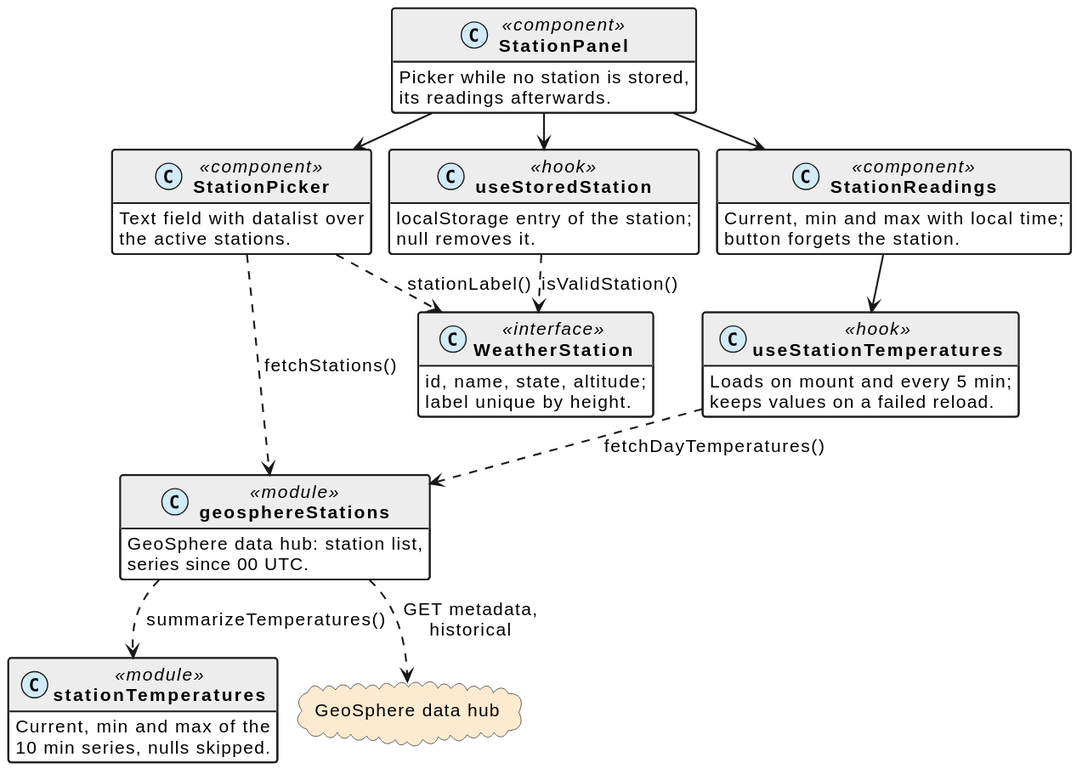
schletz/wetterkartenviewer keeps this PlantUML diagram as docs/station.svg. Above is the earlier version.
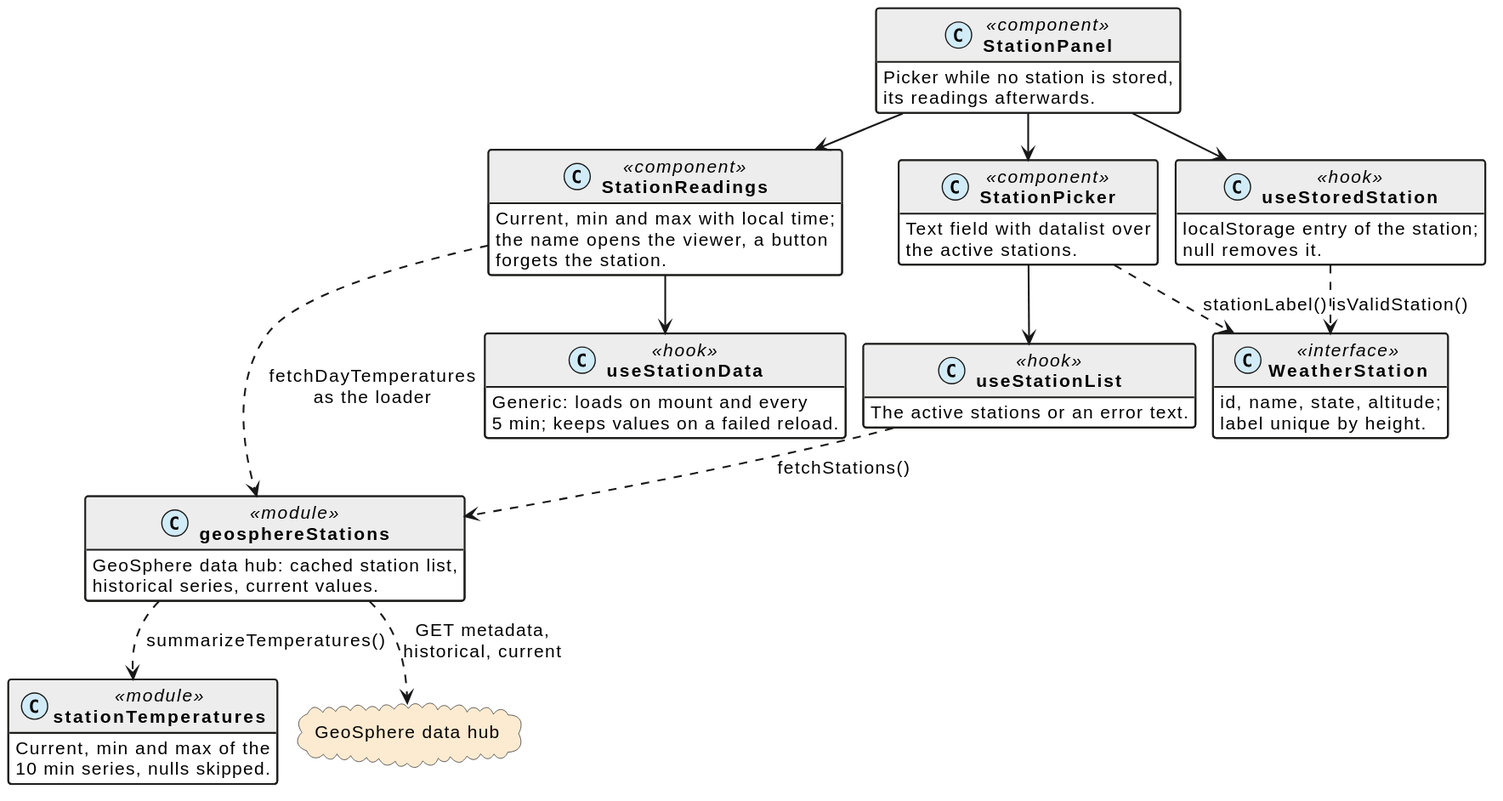
After the commit.

What changed in the source:
```diff
@@ -53,15 +53,19 @@
 }
 class StationReadings <<component>> {
  Current, min and max with local time;
- button forgets the station.
+ the name opens the viewer, a button
+ forgets the station.
 }
 class useStoredStation <<hook>> {
  localStorage entry of the station;
  null removes it.
 }
-class useStationTemperatures <<hook>> {
- Loads on mount and every 5 min;
- keeps values on a failed reload.
+class useStationData <<hook>> {
+ Generic: loads on mount and every
+ 5 min; keeps values on a failed reload.
+}
+class useStationList <<hook>> {
+ The active stations or an error text.
 }
 class WeatherStation <<interface>> {
  id, name, state, altitude;
@@ -72,18 +76,19 @@
  10 min series, nulls skipped.
 }
 class geosphereStations <<module>> {
- GeoSphere data hub: station list,
- series since 00 UTC.
+ GeoSphere data hub: cached station list,
+ historical series, current values.
 }
 cloud "GeoSphere data hub" as hub
 StationPanel --> useStoredStation
 StationPanel --> StationPicker
 StationPanel --> StationReadings
-StationPicker ..> geosphereStations : fetchStations()
+StationPicker --> useStationList
 StationPicker ..> WeatherStation : stationLabel()
-StationReadings --> useStationTemperatures
-useStationTemperatures ..> geosphereStations : fetchDayTemperatures()
+StationReadings --> useStationData
+StationReadings ..> geosphereStations : fetchDayTemperatures\nas the loader
+useStationList ..> geosphereStations : fetchStations()
 geosphereStations ..> stationTemperatures : summarizeTemperatures()
-geosphereStations ..> hub : GET metadata,\nhistorical
+geosphereStations ..> hub : GET metadata,\nhistorical, current
 useStoredStation ..> WeatherStation : isValidStation()
 @enduml
```
